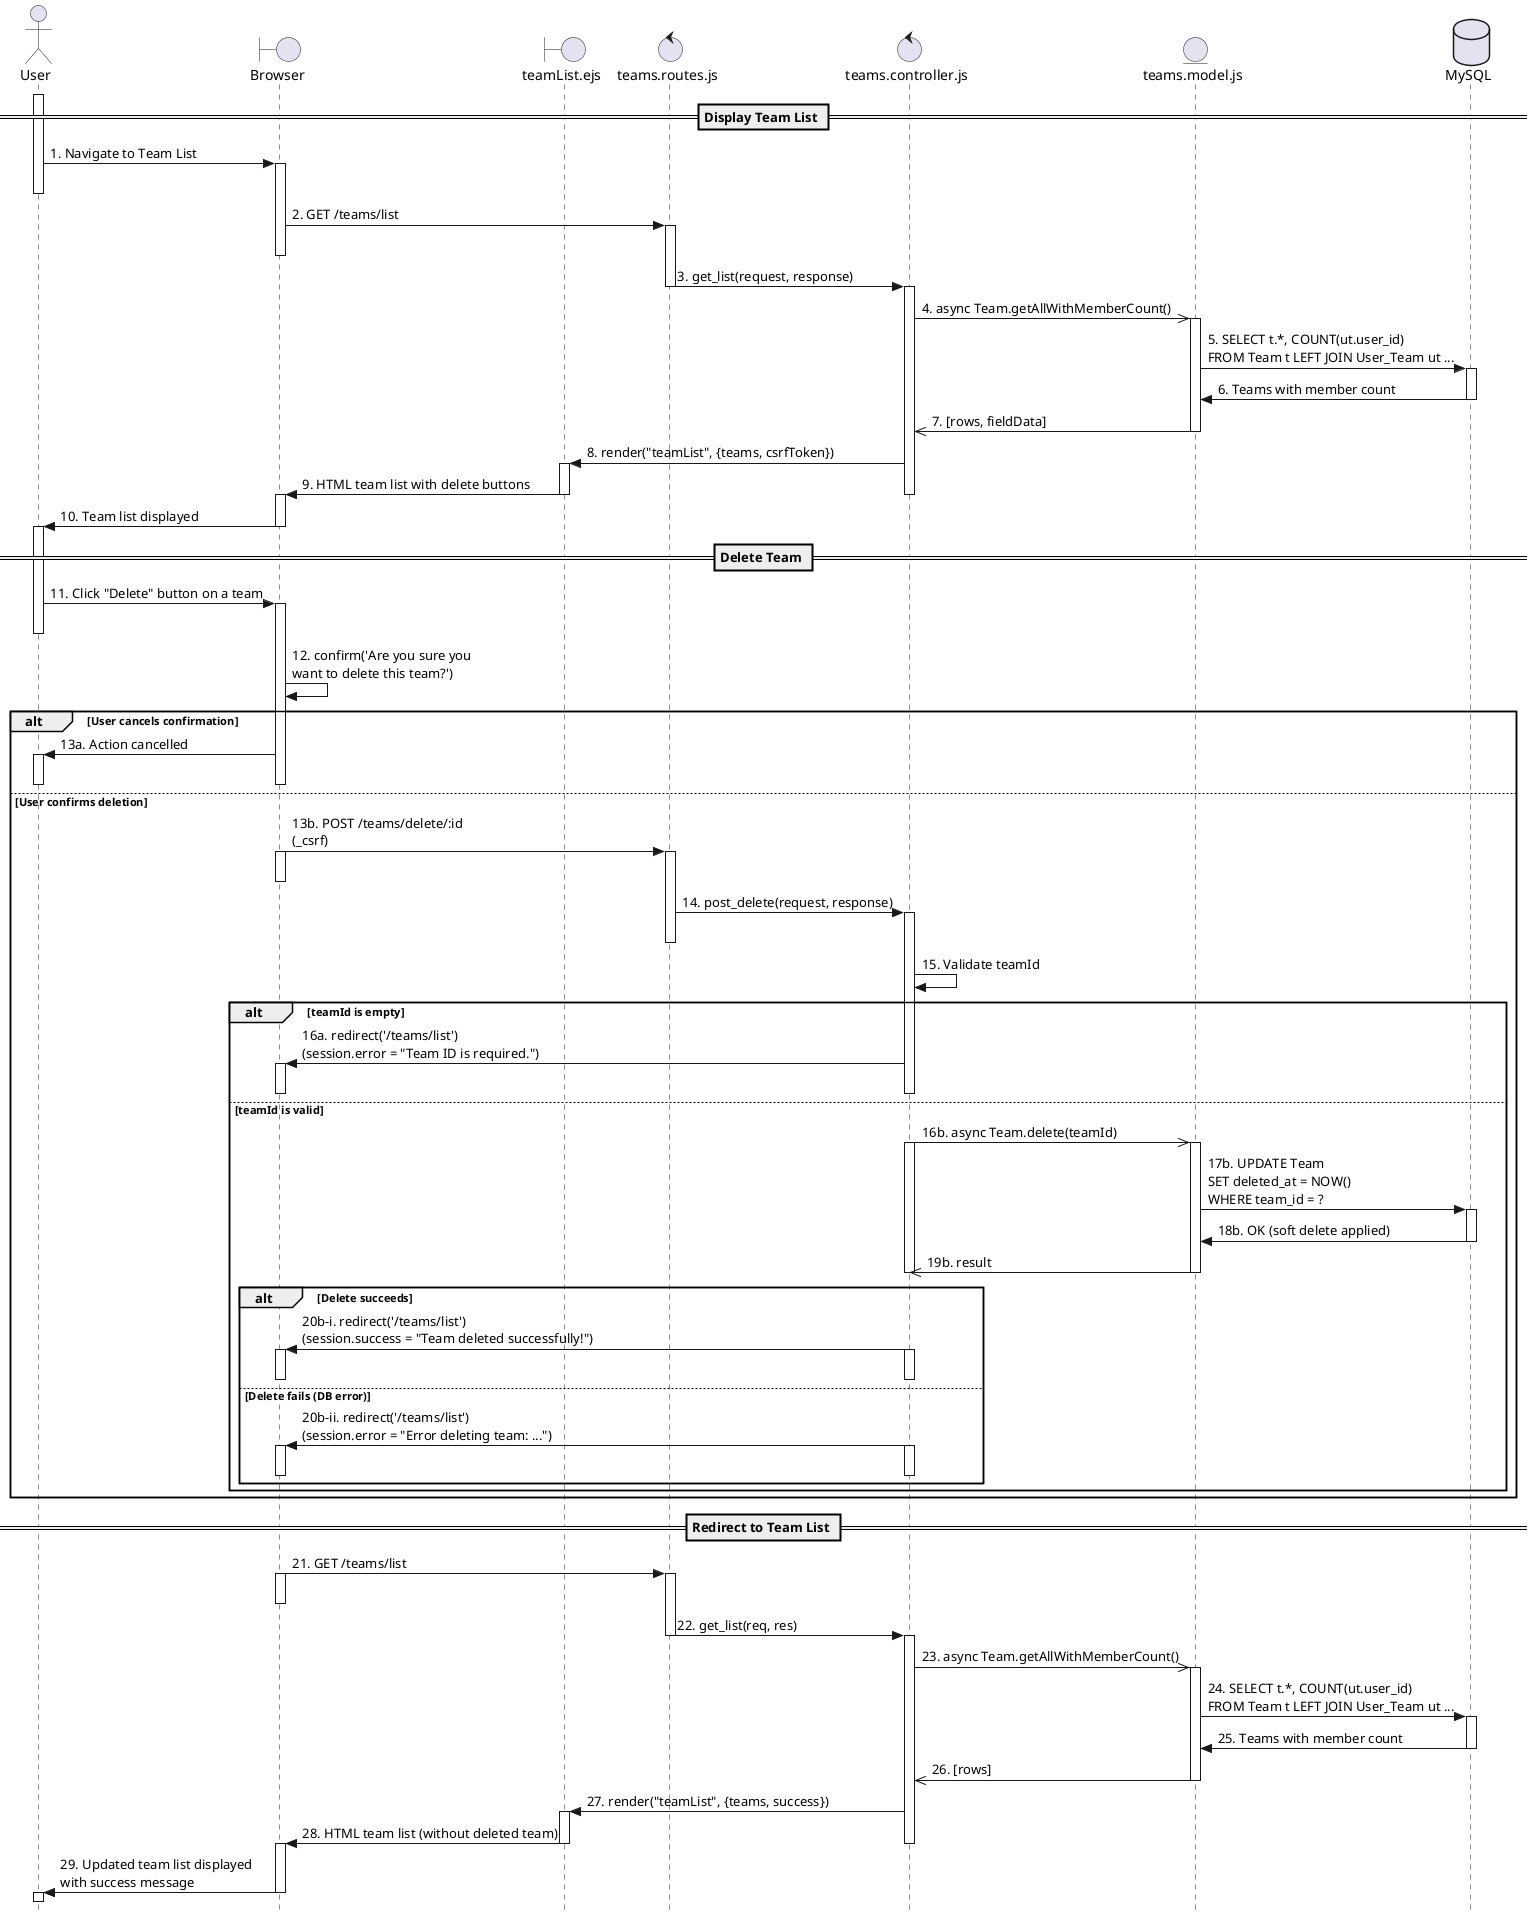
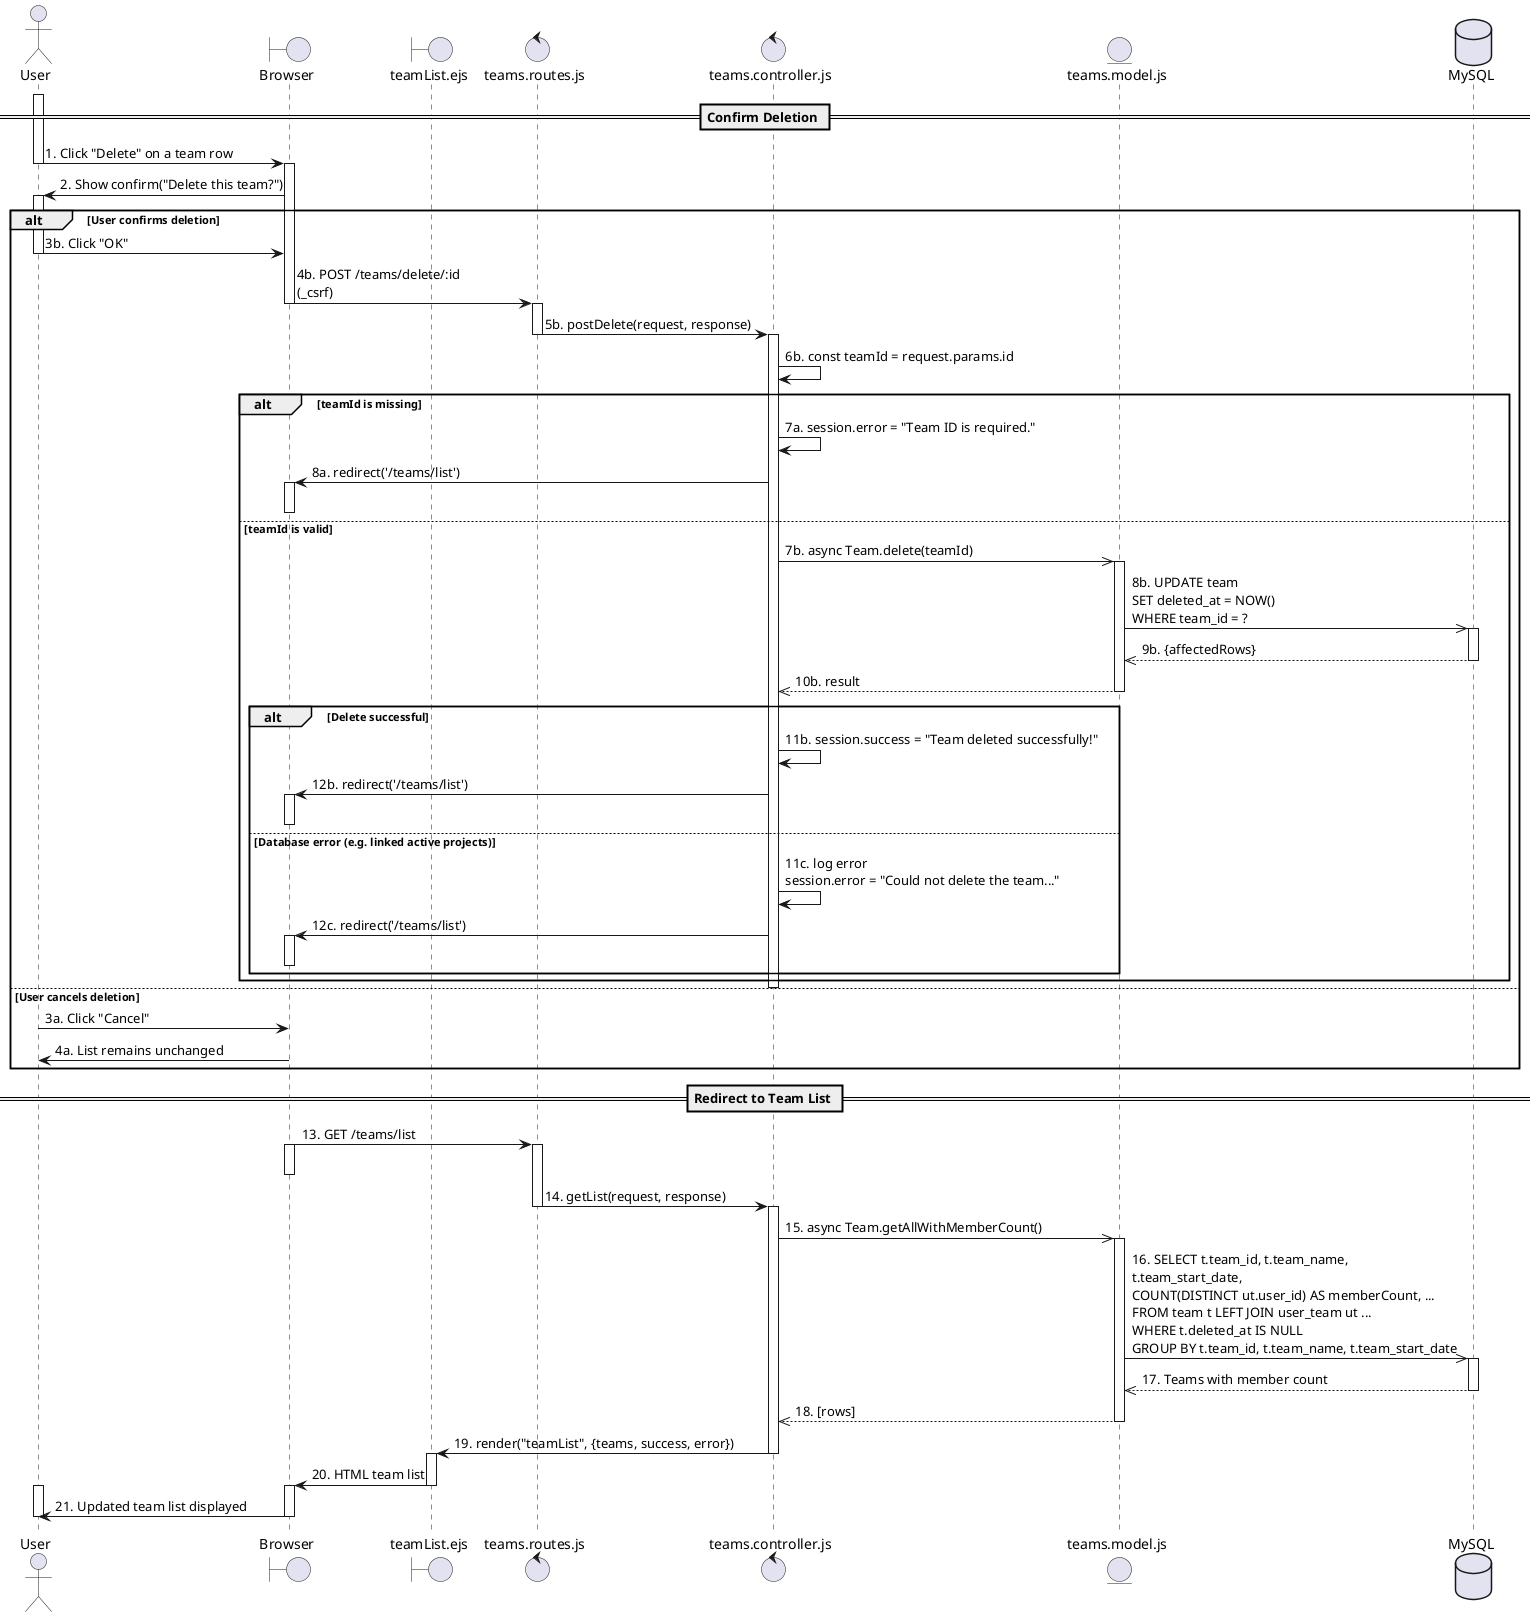
@startuml DeleteTeamSequence
- skinparam style strictuml

actor "User" as user
boundary "Browser" as browser
boundary "teamList.ejs" as view
control "teams.routes.js" as routes
control "teams.controller.js" as controller
entity "teams.model.js" as model
database "MySQL" as db

- == Display Team List ==
+ == Confirm Deletion ==
+ 
activate user
- user -> browser: 1. Navigate to Team List
- activate browser
+ user -> browser: 1. Click "Delete" on a team row
deactivate user
- browser -> routes: 2. GET /teams/list
- activate routes
- deactivate browser
- routes -> controller: 3. get_list(request, response)
- deactivate routes
- activate controller
- controller ->> model: 4. async Team.getAllWithMemberCount()
- activate model
- 
- model -> db: 5. SELECT t.*, COUNT(ut.user_id)\nFROM Team t LEFT JOIN User_Team ut ...
- activate db
- db -> model: 6. Teams with member count
- deactivate db
- 
- model ->> controller: 7. [rows, fieldData]
- deactivate model
- 
- controller -> view: 8. render("teamList", {teams, csrfToken})
- activate view
- 
- view -> browser: 9. HTML team list with delete buttons
- deactivate view
- deactivate controller
- deactivate routes
activate browser

- browser -> user: 10. Team list displayed
- deactivate browser
+ browser -> user: 2. Show confirm("Delete this team?")
activate user

- == Delete Team ==
- user -> browser: 11. Click "Delete" button on a team
- activate browser
- deactivate user
+ alt User confirms deletion

- browser -> browser: 12. confirm('Are you sure you\nwant to delete this team?')
+     user -> browser: 3b. Click "OK"
+     deactivate user
+     browser -> routes: 4b. POST /teams/delete/:id\n(_csrf)
+     deactivate browser
+     activate routes

- alt User cancels confirmation
-     browser -> user: 13a. Action cancelled
-     activate user
-     deactivate browser
-     deactivate user
+     routes -> controller: 5b. postDelete(request, response)
+     deactivate routes
+     activate controller

- else User confirms deletion
-     browser -> routes: 13b. POST /teams/delete/:id\n(_csrf)
-     activate browser
-     activate routes
-     deactivate browser
-     routes -> controller: 14. post_delete(request, response)
-     activate controller
-     deactivate routes
+     controller -> controller: 6b. const teamId = request.params.id

-     controller -> controller: 15. Validate teamId
- 
-     alt teamId is empty
-         controller -> browser: 16a. redirect('/teams/list')\n(session.error = "Team ID is required.")
+     alt teamId is missing
+         controller -> controller: 7a. session.error = "Team ID is required."
+         controller -> browser: 8a. redirect('/teams/list')
        activate browser
        deactivate browser
-         deactivate controller
+     else teamId is valid

-     else teamId is valid
-         controller ->> model: 16b. async Team.delete(teamId)
-         activate controller
+         controller ->> model: 7b. async Team.delete(teamId)
        activate model

-         model -> db: 17b. UPDATE Team\nSET deleted_at = NOW()\nWHERE team_id = ?
+         model ->> db: 8b. UPDATE team\nSET deleted_at = NOW()\nWHERE team_id = ?
        activate db
-         db -> model: 18b. OK (soft delete applied)
+         db -->> model: 9b. {affectedRows}
        deactivate db

-         model ->> controller: 19b. result
+         model -->> controller: 10b. result
        deactivate model
-         deactivate controller

-         alt Delete succeeds
-             controller -> browser: 20b-i. redirect('/teams/list')\n(session.success = "Team deleted successfully!")
-             activate controller
+         alt Delete successful
+ 
+             controller -> controller: 11b. session.success = "Team deleted successfully!"
+             controller -> browser: 12b. redirect('/teams/list')
            activate browser
            deactivate browser
-             deactivate controller

-         else Delete fails (DB error)
-             controller -> browser: 20b-ii. redirect('/teams/list')\n(session.error = "Error deleting team: ...")
-             activate controller
-             deactivate controller
+         else Database error (e.g. linked active projects)
+ 
+             controller -> controller: 11c. log error\nsession.error = "Could not delete the team..."
+             controller -> browser: 12c. redirect('/teams/list')
            activate browser
            deactivate browser
+ 
        end
    end
+     deactivate controller
+ 
+ else User cancels deletion
+     user -> browser: 3a. Click "Cancel"
+     deactivate user
+     browser -> user: 4a. List remains unchanged
+     deactivate browser
end
- deactivate controller
- deactivate routes

== Redirect to Team List ==

- browser -> routes: 21. GET /teams/list
+ browser -> routes: 13. GET /teams/list
activate browser
activate routes
deactivate browser
- routes -> controller: 22. get_list(req, res)
+ 
+ routes -> controller: 14. getList(request, response)
deactivate routes
activate controller
- controller ->> model: 23. async Team.getAllWithMemberCount()
+ 
+ controller ->> model: 15. async Team.getAllWithMemberCount()
activate model
- model -> db: 24. SELECT t.*, COUNT(ut.user_id)\nFROM Team t LEFT JOIN User_Team ut ...
+ model ->> db: 16. SELECT t.team_id, t.team_name,\nt.team_start_date,\nCOUNT(DISTINCT ut.user_id) AS memberCount, ...\nFROM team t LEFT JOIN user_team ut ...\nWHERE t.deleted_at IS NULL\nGROUP BY t.team_id, t.team_name, t.team_start_date
activate db
- db -> model: 25. Teams with member count
+ db -->> model: 17. Teams with member count
deactivate db
- model ->> controller: 26. [rows]
+ model -->> controller: 18. [rows]
deactivate model
- controller -> view: 27. render("teamList", {teams, success})
+ 
+ controller -> view: 19. render("teamList", {teams, success, error})
+ deactivate controller
activate view
- view -> browser: 28. HTML team list (without deleted team)
+ view -> browser: 20. HTML team list
deactivate view
- deactivate controller
- deactivate routes
activate browser
- browser -> user: 29. Updated team list displayed\nwith success message
+ activate user
+ browser -> user: 21. Updated team list displayed
deactivate browser
- activate user
+ deactivate user

@enduml
